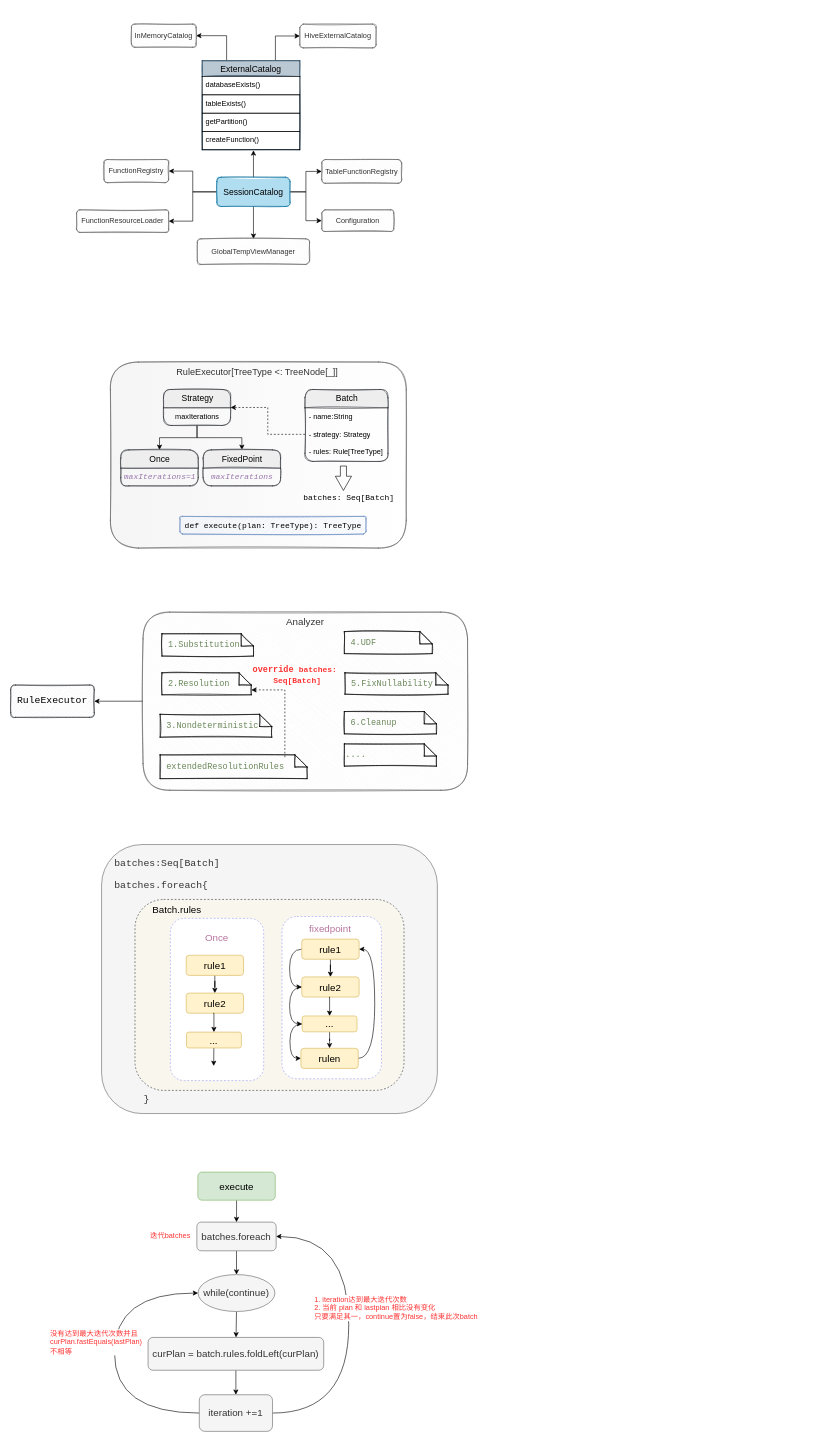
kirito1015/spark_source.sql keeps this draw.io diagram as Analyzed_and_so_on.drawio. Above is the earlier version. Source tidied: cells renumbered, new cells numbered last; positions are measured from the earlier drawing's top-left corner, leaving out a move shared by most shapes. Both pictures are drawn from the tidied source at 61%, with x=0, y=0 at pixel (10, 24).
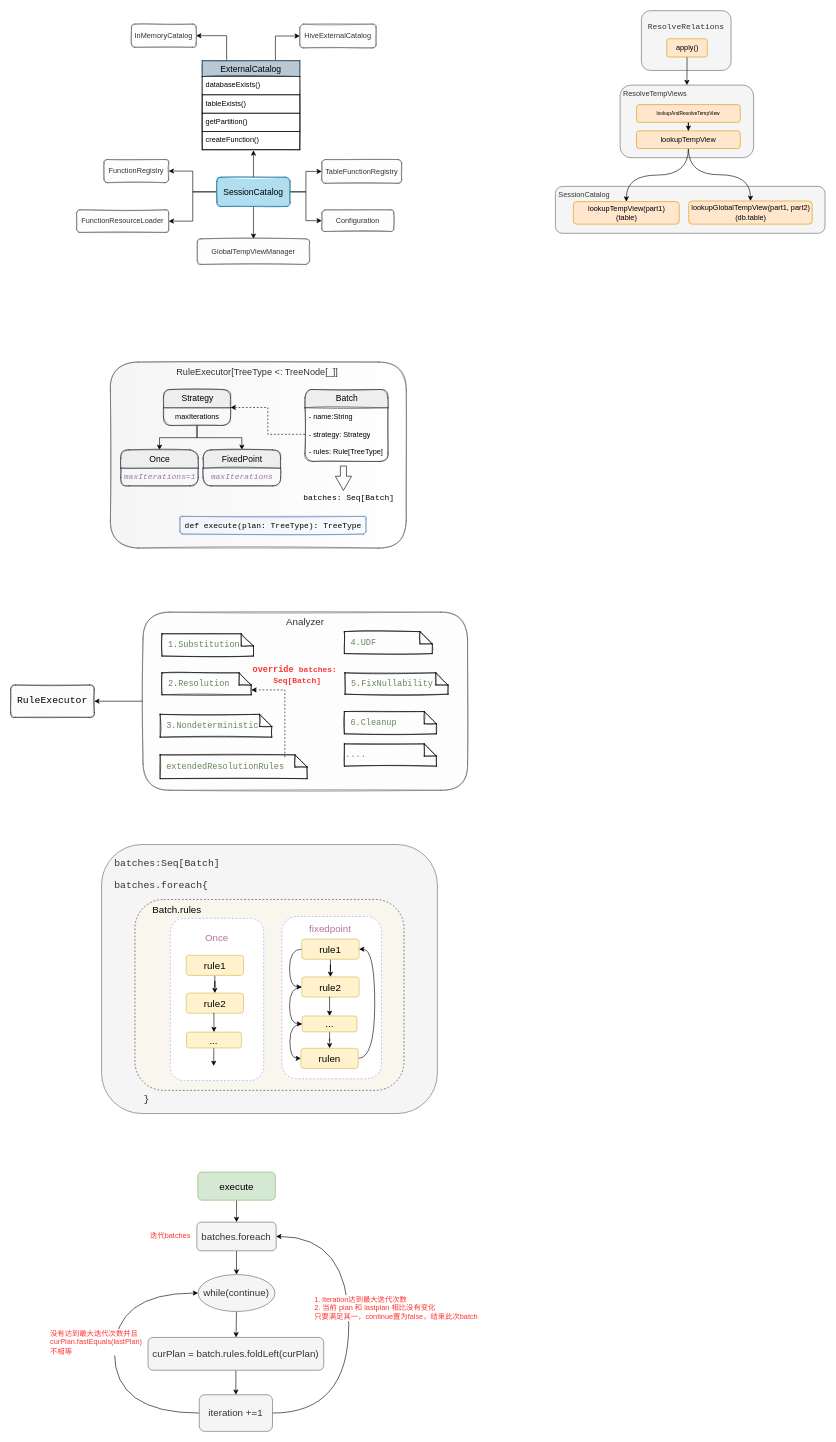
Above is the later version.

What changed in the source:
```diff
@@
+    <mxCell id="90" value="&amp;nbsp;SessionCatalog" style="rounded=1;whiteSpace=wrap;html=1;shadow=0;labelBackgroundColor=none;labelBorderColor=none;sketch=0;fontSize=12;fontColor=#333333;strokeColor=#666666;strokeWidth=1;fillColor=#f5f5f5;verticalAlign=top;align=left;" parent="1" vertex="1">
+      <mxGeometry x="893" y="266" width="442" height="77" as="geometry" />
+    </mxCell>
@@
+    <mxCell id="91" value="&lt;pre style=&quot;font-family: &amp;#34;jetbrains mono&amp;#34; , monospace ; font-size: 9.8pt&quot;&gt;ResolveRelations&lt;/pre&gt;" style="text;whiteSpace=wrap;html=1;fontSize=16;align=center;verticalAlign=top;rounded=1;shadow=0;labelBackgroundColor=none;labelBorderColor=none;sketch=0;fillColor=#f5f5f5;strokeColor=#666666;fontColor=#333333;" parent="1" vertex="1">
+      <mxGeometry x="1034" y="-22" width="147" height="98" as="geometry" />
+    </mxCell>
+    <mxCell id="92" style="edgeStyle=orthogonalEdgeStyle;rounded=0;sketch=0;jettySize=auto;html=1;fontSize=12;fontColor=#1A1A1A;entryX=0.5;entryY=0;entryDx=0;entryDy=0;" parent="1" edge="1" source="93" target="94">
+      <mxGeometry relative="1" as="geometry" />
+    </mxCell>
+    <mxCell id="93" value="apply()" style="rounded=1;whiteSpace=wrap;html=1;shadow=0;labelBackgroundColor=none;labelBorderColor=none;sketch=0;fontSize=12;strokeWidth=1;fillColor=#ffe6cc;strokeColor=#d79b00;" parent="1" vertex="1">
+      <mxGeometry x="1075.5" y="24" width="66.5" height="30" as="geometry" />
+    </mxCell>
+    <mxCell id="94" value="&amp;nbsp;ResolveTempViews" style="rounded=1;whiteSpace=wrap;html=1;shadow=0;labelBackgroundColor=none;labelBorderColor=none;sketch=0;fontSize=12;fontColor=#333333;strokeColor=#666666;strokeWidth=1;fillColor=#f5f5f5;verticalAlign=top;align=left;" parent="1" vertex="1">
+      <mxGeometry x="999" y="100" width="219" height="119" as="geometry" />
+    </mxCell>
+    <mxCell id="95" style="edgeStyle=orthogonalEdgeStyle;rounded=0;sketch=0;jettySize=auto;html=1;fontSize=12;fontColor=#1A1A1A;" parent="1" edge="1" source="96" target="99">
+      <mxGeometry relative="1" as="geometry" />
+    </mxCell>
+    <mxCell id="96" value="lookupAndResolveTempView" style="rounded=1;whiteSpace=wrap;html=1;shadow=0;labelBackgroundColor=none;labelBorderColor=none;sketch=0;fontSize=8;strokeWidth=1;fontFamily=Helvetica;fillColor=#ffe6cc;strokeColor=#d79b00;" parent="1" vertex="1">
+      <mxGeometry x="1026" y="132" width="170" height="29" as="geometry" />
+    </mxCell>
+    <mxCell id="97" style="edgeStyle=orthogonalEdgeStyle;rounded=0;sketch=0;jettySize=auto;html=1;fontFamily=Helvetica;fontSize=8;fontColor=#1A1A1A;elbow=vertical;curved=1;" parent="1" edge="1" source="99" target="100">
+      <mxGeometry relative="1" as="geometry" />
+    </mxCell>
+    <mxCell id="98" style="edgeStyle=orthogonalEdgeStyle;curved=1;rounded=0;sketch=0;jettySize=auto;html=1;fontFamily=Helvetica;fontSize=8;fontColor=#1A1A1A;elbow=vertical;" parent="1" edge="1" source="99" target="101">
+      <mxGeometry relative="1" as="geometry" />
+    </mxCell>
+    <mxCell id="99" value="lookupTempView" style="rounded=1;whiteSpace=wrap;html=1;shadow=0;labelBackgroundColor=none;labelBorderColor=none;sketch=0;fontSize=12;strokeWidth=1;fontFamily=Helvetica;fillColor=#ffe6cc;strokeColor=#d79b00;" parent="1" vertex="1">
+      <mxGeometry x="1026" y="175" width="170" height="29" as="geometry" />
+    </mxCell>
+    <mxCell id="100" value="lookupTempView(part1)&lt;br&gt;(table)" style="rounded=1;whiteSpace=wrap;html=1;shadow=0;labelBackgroundColor=none;labelBorderColor=none;sketch=0;fontSize=12;strokeWidth=1;fontFamily=Helvetica;fillColor=#ffe6cc;strokeColor=#d79b00;" parent="1" vertex="1">
+      <mxGeometry x="922.5" y="291" width="173.5" height="37" as="geometry" />
+    </mxCell>
+    <mxCell id="101" value="lookupGlobalTempView(part1, part2)&lt;br&gt;(db.table)" style="rounded=1;whiteSpace=wrap;html=1;shadow=0;labelBackgroundColor=none;labelBorderColor=none;sketch=0;fontSize=12;strokeWidth=1;fontFamily=Helvetica;fillColor=#ffe6cc;strokeColor=#d79b00;" parent="1" vertex="1">
+      <mxGeometry x="1111.5" y="290" width="202.5" height="38" as="geometry" />
+    </mxCell>
```
